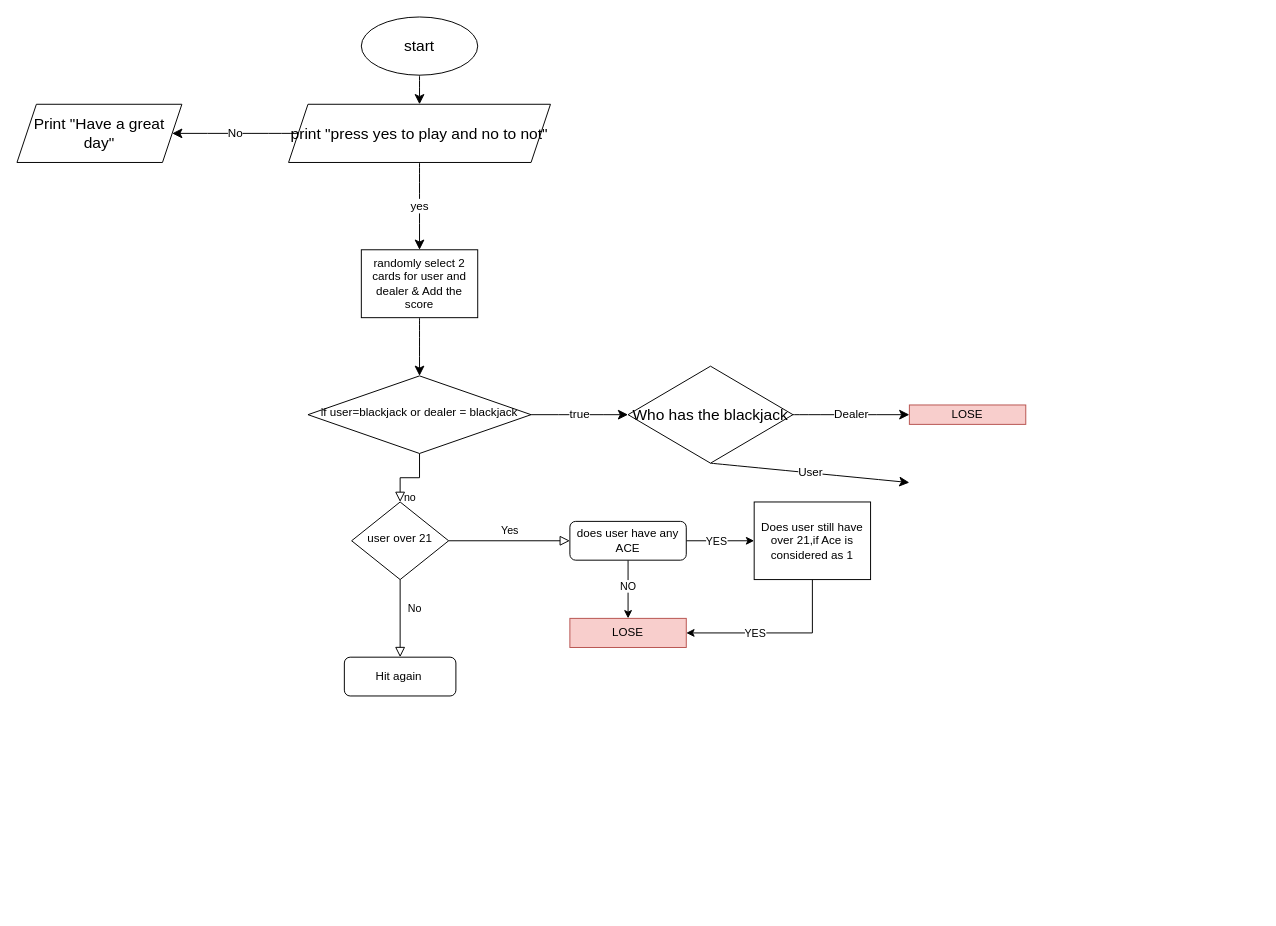
This is blackjack.drawio from mhtahim/crazedrive, a draw.io file, before an edit. Source tidied: cells renumbered, new cells numbered last; positions are measured from the earlier drawing's top-left corner, leaving out a move shared by most shapes. Both pictures are drawn from the tidied source at 97%, with x=0, y=0 at pixel (16, 16).
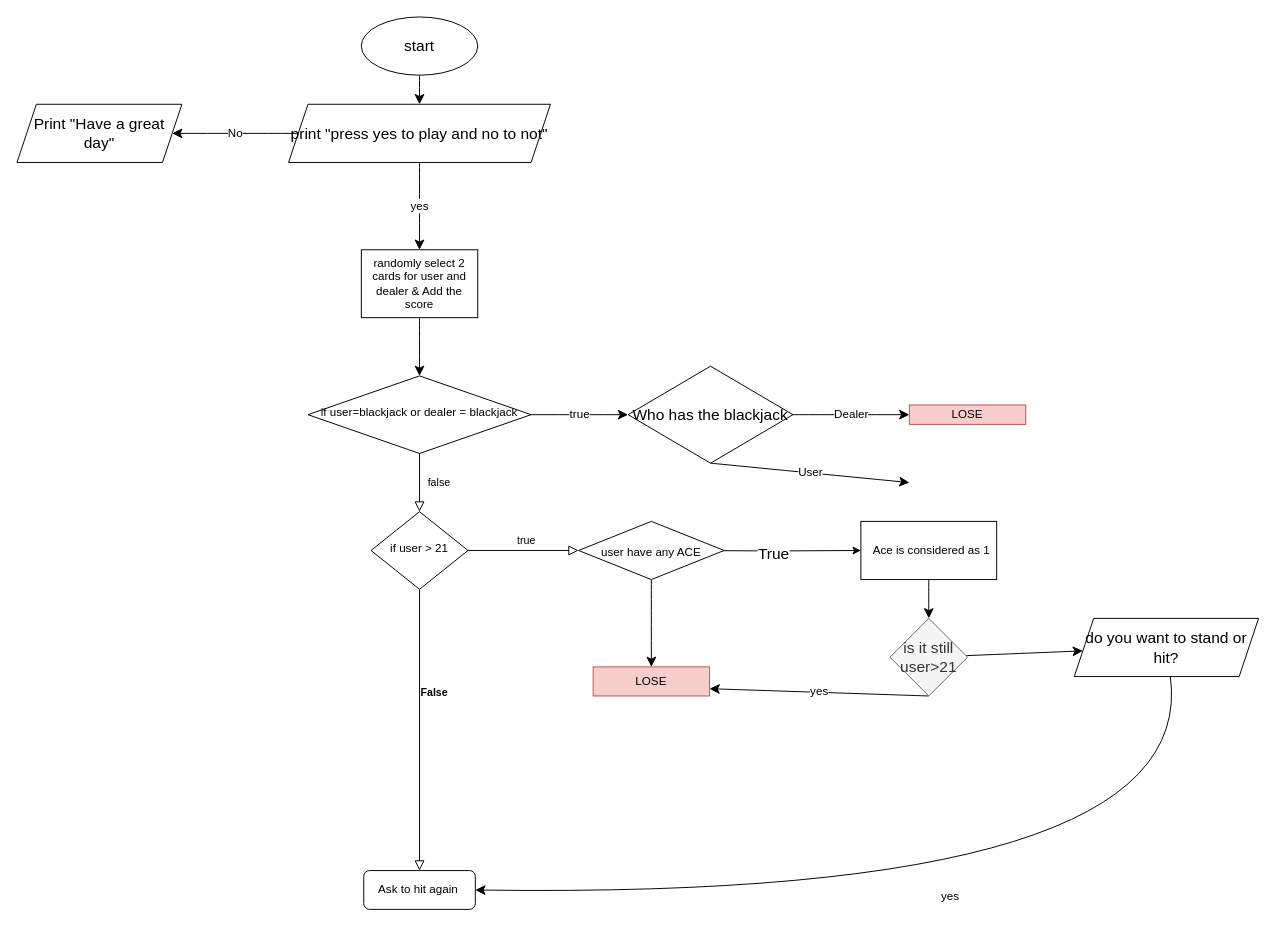
After the change.

The change refers to these unchanged cells:
```xml
<mxCell id="4" value="if user=blackjack or dealer = blackjack" style="rhombus;whiteSpace=wrap;html=1;shadow=0;fontFamily=Helvetica;fontSize=12;align=center;strokeWidth=1;spacing=6;spacingTop=-4;" parent="1" vertex="1">
  <mxGeometry x="300" y="370" width="230" height="80" as="geometry" />
</mxCell>
```

Change to the diagram source:
```diff
@@
-    <mxCell id="2" value="no" style="rounded=0;html=1;jettySize=auto;fontSize=11;endArrow=block;endFill=0;endSize=8;strokeWidth=1;shadow=0;labelBackgroundColor=none;edgeStyle=orthogonalEdgeStyle;" parent="1" edge="1" source="4" target="7">
+    <mxCell id="2" value="false" style="rounded=0;html=1;jettySize=auto;fontSize=11;endArrow=block;endFill=0;endSize=8;strokeWidth=1;shadow=0;labelBackgroundColor=none;edgeStyle=orthogonalEdgeStyle;" parent="1" edge="1" source="4" target="7">
       <mxGeometry y="20" relative="1" as="geometry" />
     </mxCell>
@@
-    <mxCell id="5" value="No" style="rounded=0;html=1;jettySize=auto;fontSize=11;endArrow=block;endFill=0;endSize=8;strokeWidth=1;shadow=0;labelBackgroundColor=none;edgeStyle=orthogonalEdgeStyle;" parent="1" edge="1" source="7" target="8">
-      <mxGeometry x="-0.25" y="15" relative="1" as="geometry" />
+    <mxCell id="5" value="&lt;b&gt;False&lt;/b&gt;" style="rounded=0;html=1;jettySize=auto;fontSize=11;endArrow=block;endFill=0;endSize=8;strokeWidth=1;shadow=0;labelBackgroundColor=none;edgeStyle=orthogonalEdgeStyle;" parent="1" edge="1" source="7" target="8">
+      <mxGeometry x="-0.26" y="15" relative="1" as="geometry" />
     </mxCell>
-    <mxCell id="6" value="Yes" style="edgeStyle=orthogonalEdgeStyle;rounded=0;html=1;jettySize=auto;fontSize=11;endArrow=block;endFill=0;endSize=8;strokeWidth=1;shadow=0;labelBackgroundColor=none;" parent="1" edge="1" source="7" target="13">
-      <mxGeometry y="10" relative="1" as="geometry" />
+    <mxCell id="6" value="true" style="edgeStyle=orthogonalEdgeStyle;rounded=0;html=1;jettySize=auto;fontSize=11;endArrow=block;endFill=0;endSize=8;strokeWidth=1;shadow=0;labelBackgroundColor=none;entryX=0;entryY=0.5;entryDx=0;entryDy=0;" parent="1" edge="1" source="7" target="33">
+      <mxGeometry x="0.05" y="10" relative="1" as="geometry" />
     </mxCell>
-    <mxCell id="7" value="user over 21" style="rhombus;whiteSpace=wrap;html=1;shadow=0;fontFamily=Helvetica;fontSize=12;align=center;strokeWidth=1;spacing=6;spacingTop=-4;" parent="1" vertex="1">
-      <mxGeometry x="345" y="500" width="100" height="80" as="geometry" />
+    <mxCell id="7" value="if user &amp;gt; 21" style="rhombus;whiteSpace=wrap;html=1;shadow=0;fontFamily=Helvetica;fontSize=12;align=center;strokeWidth=1;spacing=6;spacingTop=-4;" parent="1" vertex="1">
+      <mxGeometry x="365" y="510" width="100" height="80" as="geometry" />
     </mxCell>
-    <mxCell id="8" value="Hit again&amp;nbsp;" style="rounded=1;whiteSpace=wrap;html=1;fontSize=12;glass=0;strokeWidth=1;shadow=0;" parent="1" vertex="1">
-      <mxGeometry x="337.5" y="660" width="115" height="40" as="geometry" />
+    <mxCell id="8" value="Ask to hit again&amp;nbsp;" style="rounded=1;whiteSpace=wrap;html=1;fontSize=12;glass=0;strokeWidth=1;shadow=0;" parent="1" vertex="1">
+      <mxGeometry x="357.5" y="880" width="115" height="40" as="geometry" />
     </mxCell>
-    <mxCell id="9" style="edgeStyle=orthogonalEdgeStyle;rounded=0;jettySize=auto;html=1;exitX=1;exitY=0.5;exitDx=0;exitDy=0;" parent="1" edge="1" source="13" target="25">
-      <mxGeometry relative="1" as="geometry" />
+    <mxCell id="9" style="edgeStyle=orthogonalEdgeStyle;rounded=0;jettySize=auto;html=1;exitX=1;exitY=0.5;exitDx=0;exitDy=0;" parent="1" edge="1" target="25">
+      <mxGeometry relative="1" as="geometry">
+        <mxPoint x="690" y="550" as="sourcePoint" />
+      </mxGeometry>
     </mxCell>
-    <mxCell id="10" value="YES" style="edgeLabel;html=1;align=center;verticalAlign=middle;" parent="9" vertex="1">
-      <mxGeometry x="0.23" y="1" relative="1" as="geometry">
-        <mxPoint x="-13" y="1" as="offset" />
-      </mxGeometry>
-    </mxCell>
-    <mxCell id="11" style="edgeStyle=orthogonalEdgeStyle;rounded=0;jettySize=auto;html=1;exitX=0.5;exitY=1;exitDx=0;exitDy=0;" parent="1" edge="1" source="13" target="18">
-      <mxGeometry relative="1" as="geometry" />
-    </mxCell>
-    <mxCell id="12" value="NO" style="edgeLabel;html=1;align=center;verticalAlign=middle;" parent="11" vertex="1">
-      <mxGeometry x="-0.15" y="-1" relative="1" as="geometry" />
-    </mxCell>
-    <mxCell id="13" value="does user have any ACE" style="rounded=1;whiteSpace=wrap;html=1;fontSize=12;glass=0;strokeWidth=1;shadow=0;" parent="1" vertex="1">
-      <mxGeometry x="570" y="520" width="120" height="40" as="geometry" />
-    </mxCell>
+    <mxCell id="30" value="True" style="edgeLabel;html=1;align=center;verticalAlign=middle;fontSize=16;" parent="9" vertex="1">
+      <mxGeometry y="-1" relative="1" as="geometry">
+        <mxPoint y="1" as="offset" />
+      </mxGeometry>
+    </mxCell>
@@
-    <mxCell id="18" value="LOSE" style="rounded=0;whiteSpace=wrap;html=1;fillColor=#f8cecc;strokeColor=#b85450;" parent="1" vertex="1">
-      <mxGeometry x="570" y="620" width="120" height="30" as="geometry" />
-    </mxCell>
@@
-    <mxCell id="22" style="edgeStyle=orthogonalEdgeStyle;rounded=0;jettySize=auto;html=1;exitX=0.5;exitY=1;exitDx=0;exitDy=0;entryX=1;entryY=0.5;entryDx=0;entryDy=0;" parent="1" edge="1" source="25" target="18">
-      <mxGeometry relative="1" as="geometry" />
-    </mxCell>
-    <mxCell id="23" value="YES" style="edgeLabel;html=1;align=center;verticalAlign=middle;" parent="22" vertex="1">
-      <mxGeometry x="0.23" y="3" relative="1" as="geometry">
-        <mxPoint x="-1" y="-3" as="offset" />
-      </mxGeometry>
-    </mxCell>
@@
+    <mxCell id="31" style="edgeStyle=none;curved=1;rounded=0;jettySize=auto;html=1;fontSize=12;startSize=8;endSize=8;" parent="1" edge="1" source="25" target="36">
+      <mxGeometry relative="1" as="geometry" />
+    </mxCell>
-    <mxCell id="25" value="Does user still have over 21,if Ace is considered as 1" style="rounded=0;whiteSpace=wrap;html=1;" parent="1" vertex="1">
-      <mxGeometry x="760" y="500" width="120" height="80" as="geometry" />
+    <mxCell id="25" value="&amp;nbsp; Ace is considered as 1" style="rounded=0;whiteSpace=wrap;html=1;" parent="1" vertex="1">
+      <mxGeometry x="870" y="520" width="140" height="60" as="geometry" />
     </mxCell>
@@
+    <mxCell id="32" style="edgeStyle=none;curved=1;rounded=0;jettySize=auto;html=1;entryX=0.5;entryY=0;entryDx=0;entryDy=0;fontSize=12;startSize=8;endSize=8;" parent="1" edge="1" source="33" target="18">
+      <mxGeometry relative="1" as="geometry" />
+    </mxCell>
+    <mxCell id="33" value="&lt;span style=&quot;color: rgb(0, 0, 0); font-family: Helvetica; font-size: 12px; font-style: normal; font-variant-ligatures: normal; font-variant-caps: normal; font-weight: 400; letter-spacing: normal; orphans: 2; text-align: center; text-indent: 0px; text-transform: none; widows: 2; word-spacing: 0px; -webkit-text-stroke-width: 0px; background-color: rgb(251, 251, 251); text-decoration-thickness: initial; text-decoration-style: initial; text-decoration-color: initial; float: none; display: inline !important;&quot;&gt;user have any ACE&lt;/span&gt;" style="rhombus;whiteSpace=wrap;html=1;fontSize=16;rounded=0;" parent="1" vertex="1">
+      <mxGeometry x="579" y="520" width="150" height="60" as="geometry" />
+    </mxCell>
+    <mxCell id="18" value="LOSE" style="rounded=0;whiteSpace=wrap;html=1;fillColor=#f8cecc;strokeColor=#b85450;" parent="1" vertex="1">
+      <mxGeometry x="594" y="670" width="120" height="30" as="geometry" />
+    </mxCell>
+    <mxCell id="34" value="yes&lt;br&gt;" style="edgeStyle=none;curved=1;rounded=0;jettySize=auto;html=1;fontSize=12;startSize=8;endSize=8;exitX=0.5;exitY=1;exitDx=0;exitDy=0;entryX=1;entryY=0.75;entryDx=0;entryDy=0;" parent="1" edge="1" source="36" target="18">
+      <mxGeometry relative="1" as="geometry" />
+    </mxCell>
+    <mxCell id="35" style="edgeStyle=none;curved=1;rounded=0;jettySize=auto;html=1;fontSize=12;startSize=8;endSize=8;" parent="1" edge="1" source="36" target="38">
+      <mxGeometry relative="1" as="geometry" />
+    </mxCell>
+    <mxCell id="36" value="is it still user&amp;gt;21" style="rhombus;whiteSpace=wrap;html=1;fontSize=16;fillColor=#f5f5f5;fontColor=#333333;strokeColor=#666666;" parent="1" vertex="1">
+      <mxGeometry x="900" y="620" width="80" height="80" as="geometry" />
+    </mxCell>
+    <mxCell id="37" value="yes&lt;br&gt;" style="edgeStyle=none;curved=1;rounded=0;jettySize=auto;html=1;entryX=1;entryY=0.5;entryDx=0;entryDy=0;fontSize=12;startSize=8;endSize=8;" parent="1" edge="1" source="38" target="8">
+      <mxGeometry relative="1" as="geometry">
+        <Array as="points">
+          <mxPoint x="1220" y="910" />
+        </Array>
+      </mxGeometry>
+    </mxCell>
+    <mxCell id="38" value="do you want to stand or hit?" style="shape=parallelogram;perimeter=parallelogramPerimeter;whiteSpace=wrap;html=1;fixedSize=1;fontSize=16;" parent="1" vertex="1">
+      <mxGeometry x="1090" y="620" width="190" height="60" as="geometry" />
+    </mxCell>
```
